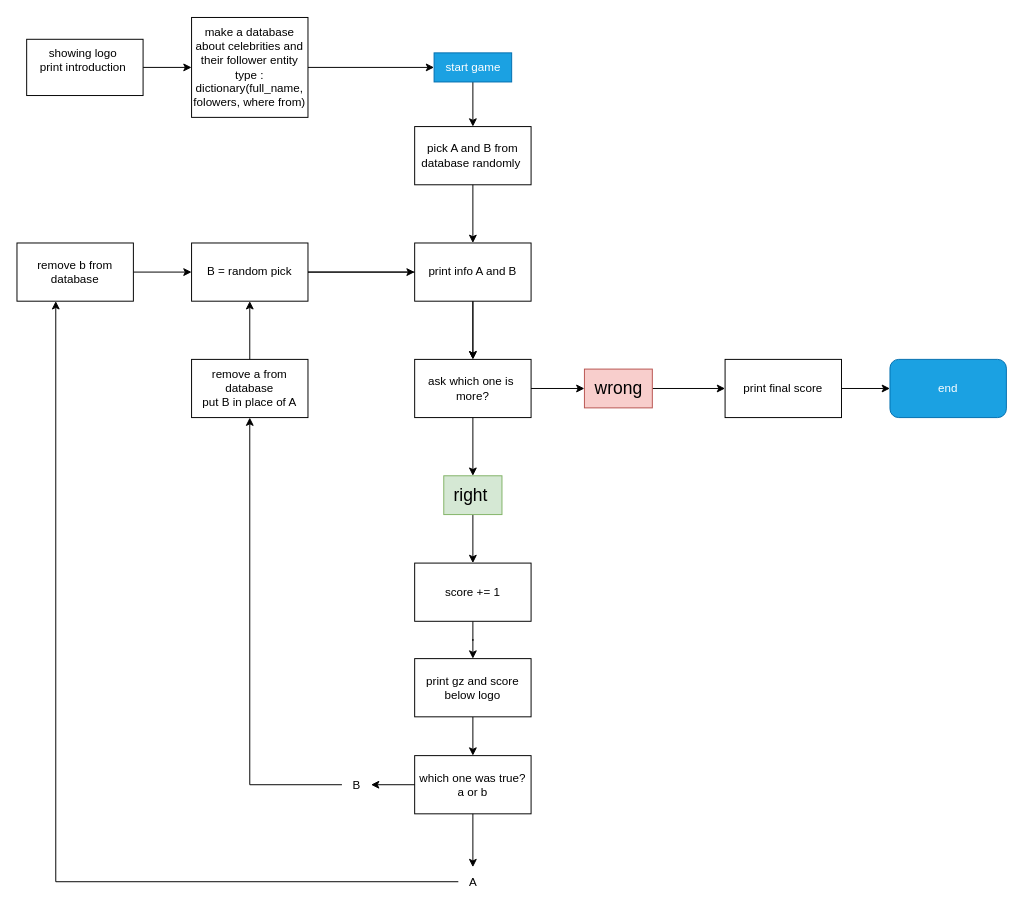
Above: Day014-erf/flow chart/higher lower game project.drawio in erfaw/elasti_py (draw.io), before the change. Source tidied: cells renumbered, new cells numbered last; positions are measured from the earlier drawing's top-left corner, leaving out a move shared by most shapes. Both pictures are drawn from the tidied source at 97%, with x=0, y=0 at pixel (16, 17).
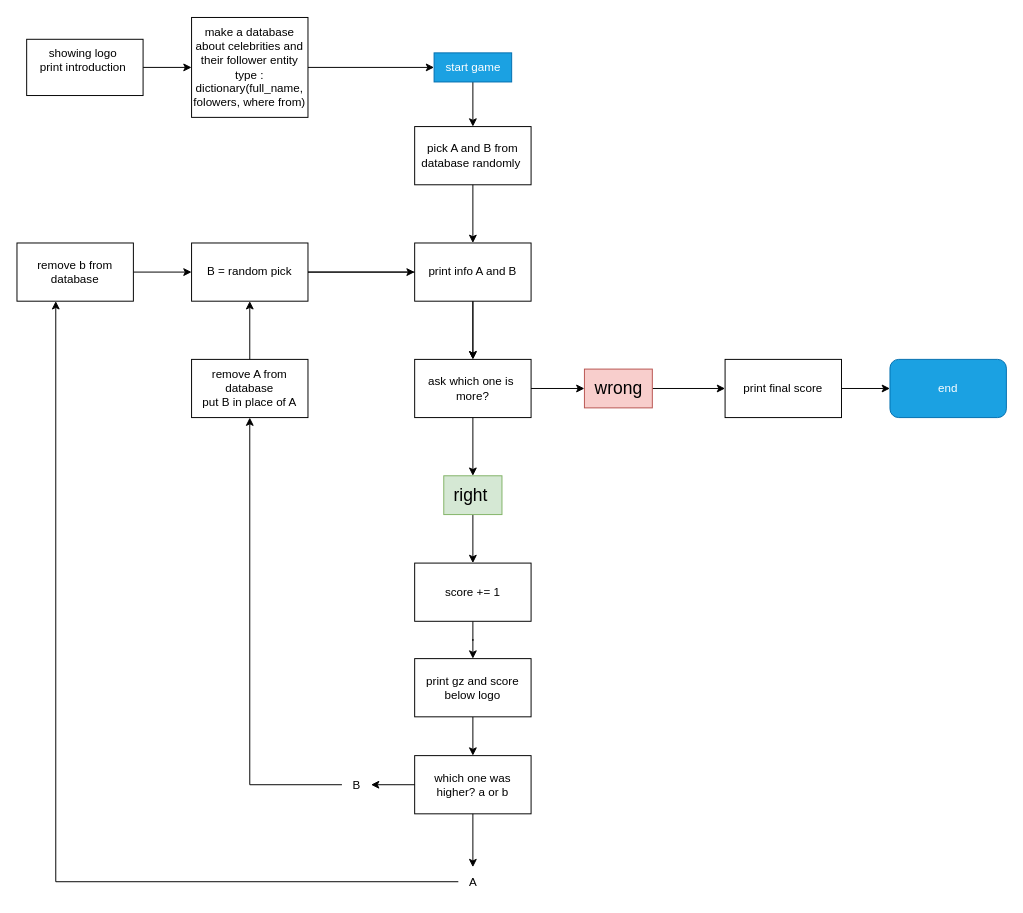
The same diagram, later.

What changed in the source:
```diff
@@
-    <mxCell id="21" value="which one was true? a or b" style="whiteSpace=wrap;html=1;" parent="1" vertex="1">
+    <mxCell id="21" value="which one was higher? a or b" style="whiteSpace=wrap;html=1;" parent="1" vertex="1">
       <mxGeometry x="410" y="760.5" width="120" height="60" as="geometry" />
     </mxCell>
@@
-    <mxCell id="25" value="&lt;div&gt;remove a from database&lt;/div&gt;put B in place of A" style="whiteSpace=wrap;html=1;gradientColor=none;" parent="1" vertex="1">
+    <mxCell id="25" value="&lt;div&gt;remove A from database&lt;/div&gt;put B in place of A" style="whiteSpace=wrap;html=1;gradientColor=none;" parent="1" vertex="1">
       <mxGeometry x="180" y="352" width="120" height="60" as="geometry" />
     </mxCell>
```
